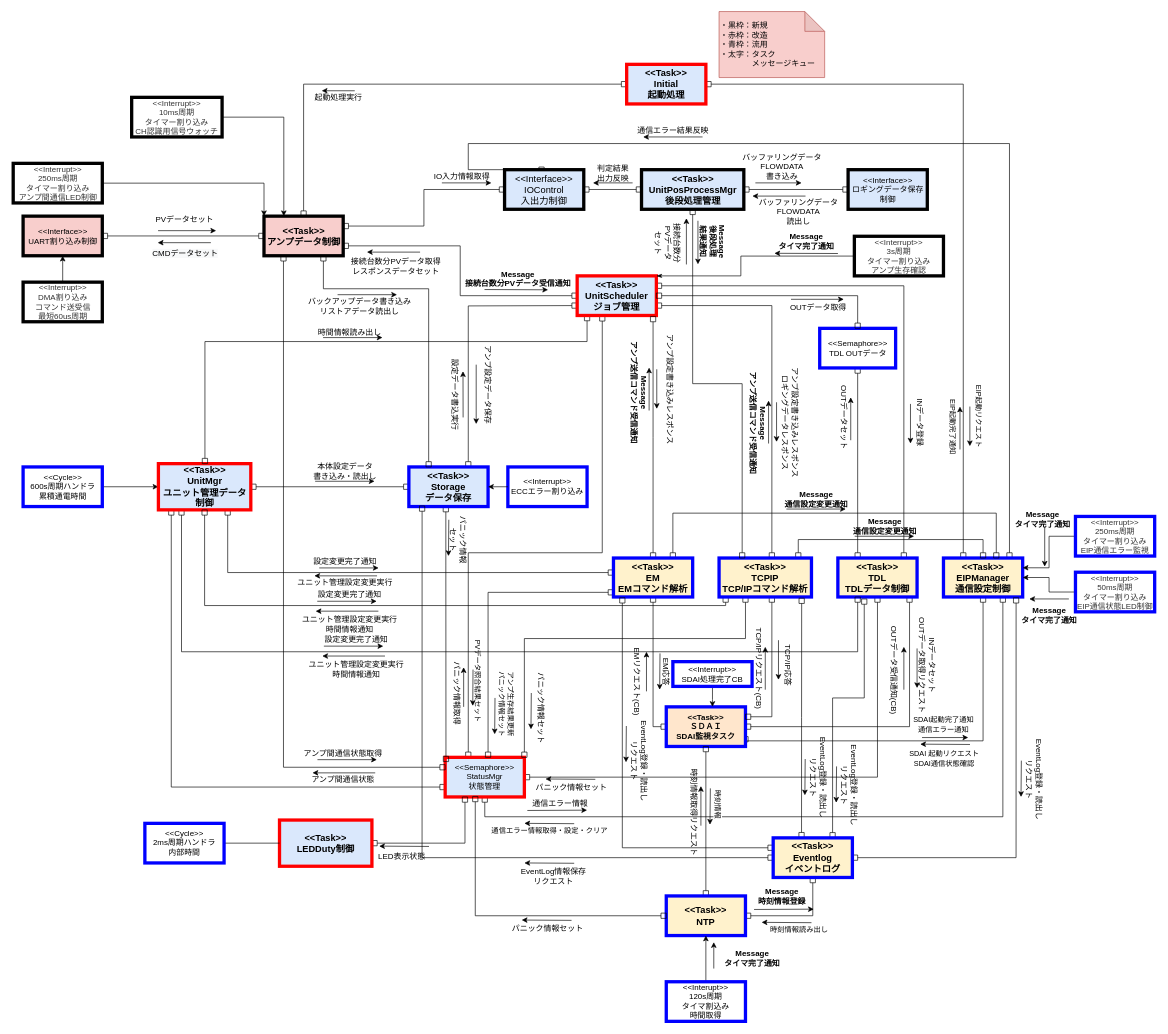
Before: page "RevC_動的構造" (5 of 6) of NWユニット_アーキテクチャ図.drawio in YutaSuzukiGARI/nwunit, a draw.io diagram. Source tidied: cells renumbered, new cells numbered last; positions are measured from the earlier drawing's top-left corner, leaving out a move shared by most shapes. Both pictures are drawn from the tidied source at 66%, with x=0, y=0 at pixel (13, 11).
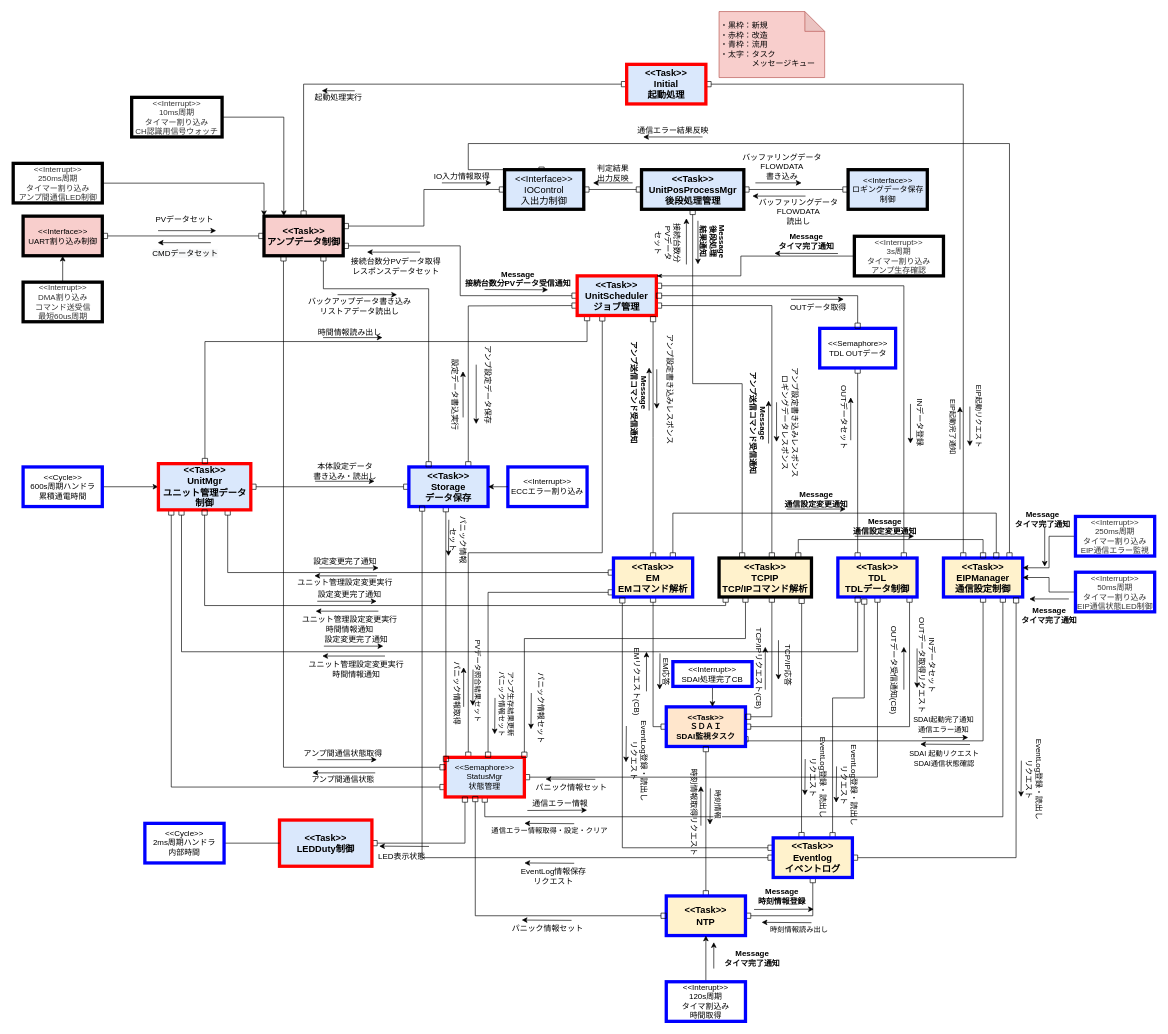
After the change.

Commit message:
NWユニット_アーキテクチャ図.drawio を更新します

The edit, as a diff of the source:
```diff
@@
-    <mxCell id="64" value="&amp;lt;&amp;lt;Task&amp;gt;&amp;gt;&lt;br&gt;TCPIP&lt;br style=&quot;font-size: 14px&quot;&gt;TCP/IPコマンド解析" style="rounded=0;whiteSpace=wrap;html=1;fillColor=#fff2cc;strokeColor=#0000FF;strokeWidth=5;fontStyle=1;fontSize=14;" parent="1" vertex="1">
+    <mxCell id="64" value="&amp;lt;&amp;lt;Task&amp;gt;&amp;gt;&lt;br&gt;TCPIP&lt;br style=&quot;font-size: 14px&quot;&gt;TCP/IPコマンド解析" style="rounded=0;whiteSpace=wrap;html=1;fillColor=#fff2cc;strokeColor=default;strokeWidth=5;fontStyle=1;fontSize=14;" parent="1" vertex="1">
       <mxGeometry x="1070" y="828" width="140" height="59" as="geometry" />
     </mxCell>
```
